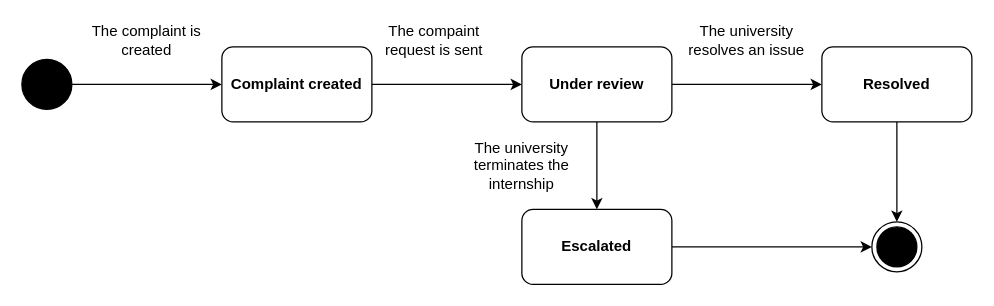
EdinZiga/DimicTatalovicZiga keeps this draw.io diagram as RASD-Latex/assets/state_diagram_3.drawio. Above is the earlier version. Source tidied: cells renumbered, new cells numbered last; positions are measured from the earlier drawing's top-left corner, leaving out a move shared by most shapes. Both pictures are drawn from the tidied source at 125%, with x=0, y=0 at pixel (21, 21).
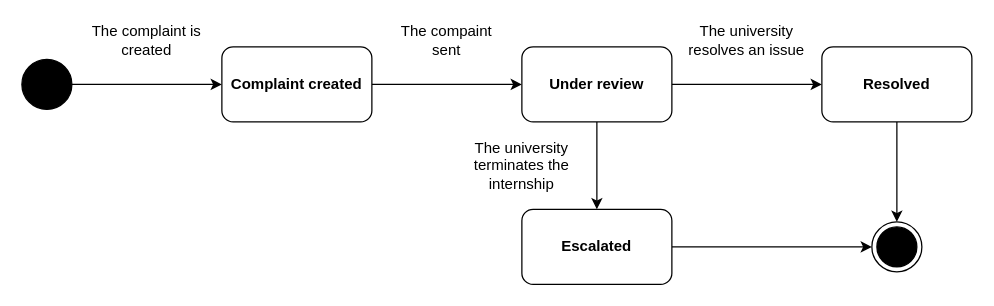
The same diagram, later.

Change to the diagram source:
```diff
@@
 <mxGraphModel>
   <root>
     <mxCell id="0" />
     <mxCell id="1" parent="0" />
     <mxCell id="2" style="ellipse;whiteSpace=wrap;html=1;fillColor=#000000;" parent="1" vertex="1">
       <mxGeometry y="30" width="40" height="40" as="geometry" />
     </mxCell>
     <mxCell id="3" style="endArrow=classic;html=1;rounded=0;exitX=1;exitY=0.5;exitDx=0;exitDy=0;entryX=0;entryY=0.5;entryDx=0;entryDy=0;" parent="1" edge="1" source="2" target="5">
       <mxGeometry relative="1" as="geometry" />
     </mxCell>
     <mxCell id="4" style="edgeStyle=orthogonalEdgeStyle;rounded=0;jettySize=auto;html=1;entryX=0;entryY=0.5;entryDx=0;entryDy=0;" parent="1" edge="1" source="5" target="8">
       <mxGeometry relative="1" as="geometry" />
     </mxCell>
     <mxCell id="5" value="&lt;b&gt;Complaint created&lt;/b&gt;" style="rounded=1;whiteSpace=wrap;html=1;" parent="1" vertex="1">
       <mxGeometry x="160" y="20" width="120" height="60" as="geometry" />
     </mxCell>
     <mxCell id="6" style="edgeStyle=orthogonalEdgeStyle;rounded=0;jettySize=auto;html=1;entryX=0;entryY=0.5;entryDx=0;entryDy=0;" parent="1" edge="1" source="8" target="10">
       <mxGeometry relative="1" as="geometry" />
     </mxCell>
     <mxCell id="7" style="edgeStyle=orthogonalEdgeStyle;rounded=0;jettySize=auto;html=1;" parent="1" edge="1" source="8" target="19">
       <mxGeometry relative="1" as="geometry" />
     </mxCell>
     <mxCell id="8" value="&lt;b&gt;Under review&lt;/b&gt;" style="rounded=1;whiteSpace=wrap;html=1;" parent="1" vertex="1">
       <mxGeometry x="400" y="20" width="120" height="60" as="geometry" />
     </mxCell>
     <mxCell id="9" style="edgeStyle=orthogonalEdgeStyle;rounded=0;jettySize=auto;html=1;entryX=0.5;entryY=0;entryDx=0;entryDy=0;" parent="1" edge="1" source="10" target="16">
       <mxGeometry relative="1" as="geometry" />
     </mxCell>
     <mxCell id="10" value="&lt;b&gt;Resolved&lt;/b&gt;" style="rounded=1;whiteSpace=wrap;html=1;" parent="1" vertex="1">
       <mxGeometry x="640" y="20" width="120" height="60" as="geometry" />
     </mxCell>
     <mxCell id="11" value="The complaint is created" style="text;html=1;align=center;verticalAlign=middle;whiteSpace=wrap;rounded=0;" parent="1" vertex="1">
       <mxGeometry x="50" width="100" height="30" as="geometry" />
     </mxCell>
-    <mxCell id="12" value="The compaint request is sent" style="text;html=1;align=center;verticalAlign=middle;whiteSpace=wrap;rounded=0;" parent="1" vertex="1">
-      <mxGeometry x="280" width="100" height="30" as="geometry" />
+    <mxCell id="12" value="The compaint sent" style="text;html=1;align=center;verticalAlign=middle;whiteSpace=wrap;rounded=0;" parent="1" vertex="1">
+      <mxGeometry x="290" width="100" height="30" as="geometry" />
     </mxCell>
     <mxCell id="13" value="The university resolves an issue" style="text;html=1;align=center;verticalAlign=middle;whiteSpace=wrap;rounded=0;" parent="1" vertex="1">
       <mxGeometry x="530" width="100" height="30" as="geometry" />
     </mxCell>
     <mxCell id="14" value="The university terminates the internship" style="text;html=1;align=center;verticalAlign=middle;whiteSpace=wrap;rounded=0;" parent="1" vertex="1">
       <mxGeometry x="350" y="100" width="100" height="30" as="geometry" />
     </mxCell>
     <mxCell id="15" style="group;" parent="1" vertex="1">
       <mxGeometry x="680" y="160" width="40" height="40" as="geometry" />
     </mxCell>
     <mxCell id="16" style="ellipse;whiteSpace=wrap;html=1;" parent="15" vertex="1">
       <mxGeometry width="40" height="40" as="geometry" />
     </mxCell>
     <mxCell id="17" style="ellipse;whiteSpace=wrap;html=1;fillColor=#000000;" parent="15" vertex="1">
       <mxGeometry x="4" y="4" width="32" height="32" as="geometry" />
     </mxCell>
     <mxCell id="18" style="edgeStyle=orthogonalEdgeStyle;rounded=0;jettySize=auto;html=1;entryX=0;entryY=0.5;entryDx=0;entryDy=0;" parent="1" edge="1" source="19" target="16">
       <mxGeometry relative="1" as="geometry" />
     </mxCell>
     <mxCell id="19" value="&lt;b&gt;Escalated&lt;/b&gt;" style="rounded=1;whiteSpace=wrap;html=1;" parent="1" vertex="1">
       <mxGeometry x="400" y="150" width="120" height="60" as="geometry" />
     </mxCell>
   </root>
 </mxGraphModel>
```
